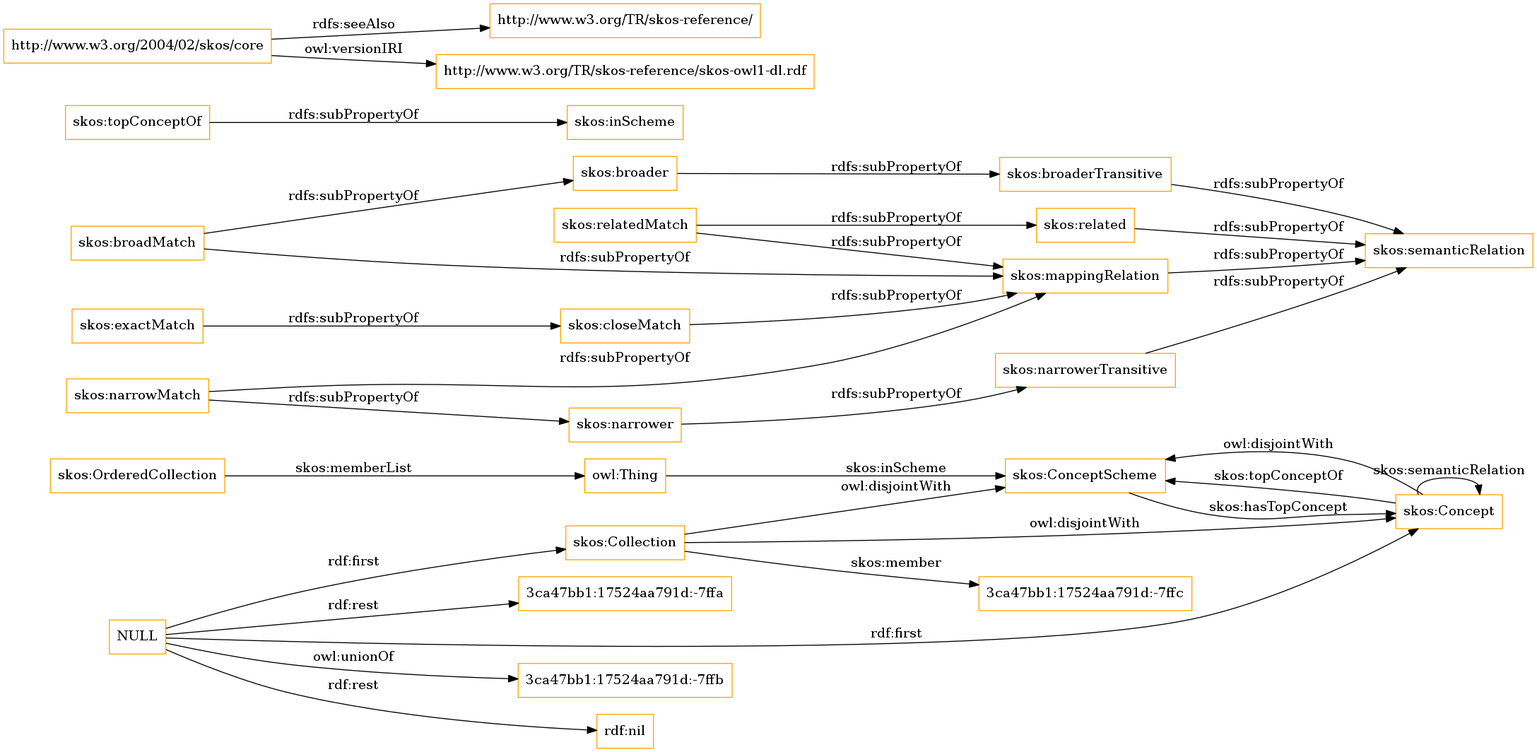
Above: OnToology/imports/skos.owl/diagrams/ar2dtool-class/skos.owl.png in OnToologyUser/core-ontology-1 (Graphviz), before the change. Its source is kept beside it as OnToology/imports/skos.owl/diagrams/ar2dtool-class/skos.owl.png.dot.
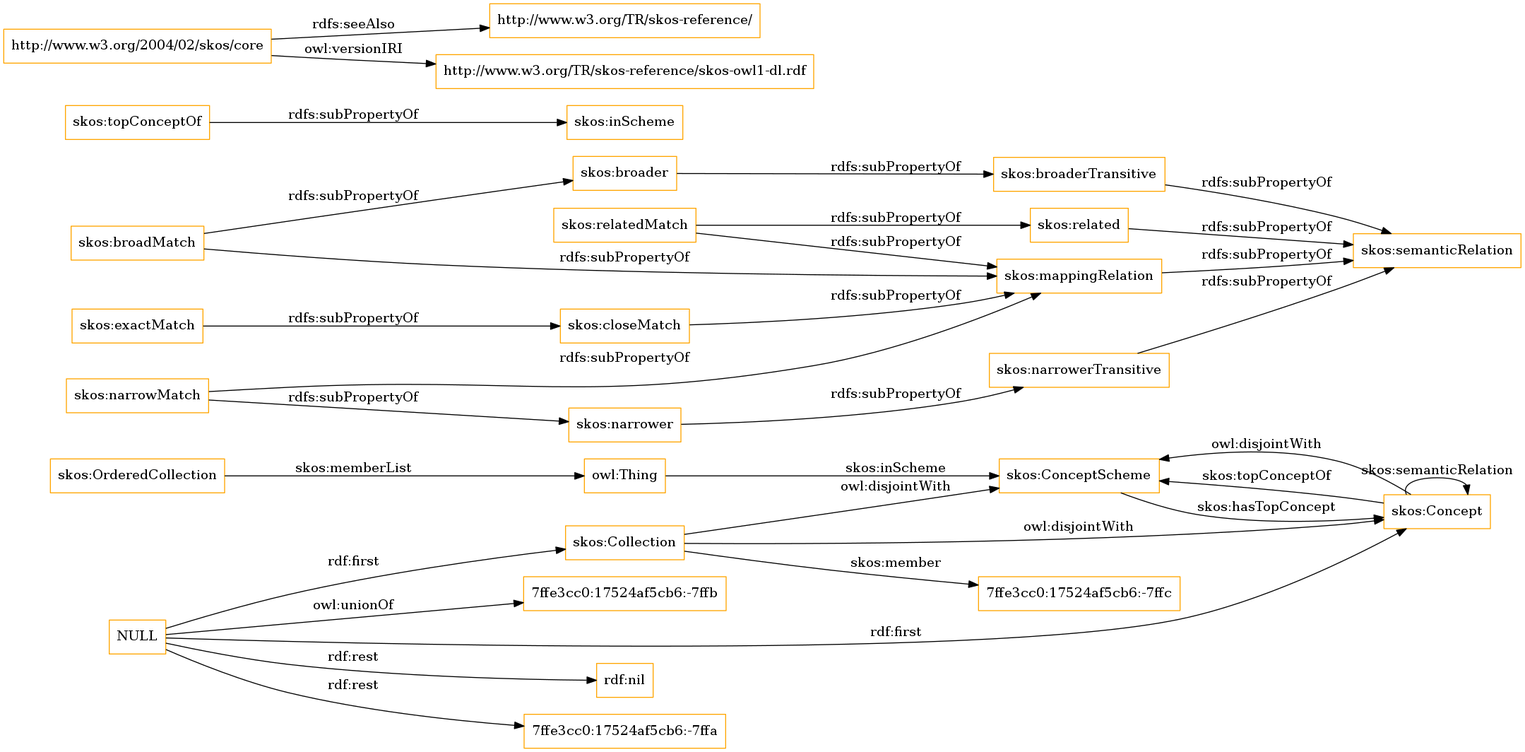
The same file after the commit.

Change to the diagram source:
```diff
@@ -1,13 +1,13 @@
 digraph ar2dtool_diagram {
 rankdir=LR;
 size="1501"
-node [shape = rectangle, color="orange"]; "skos:OrderedCollection" "skos:ConceptScheme" "skos:Concept" "skos:Collection" "3ca47bb1:17524aa791d:-7ffc" ; /*classes style*/
+node [shape = rectangle, color="orange"]; "skos:OrderedCollection" "skos:ConceptScheme" "skos:Concept" "skos:Collection" "7ffe3cc0:17524af5cb6:-7ffc" ; /*classes style*/
 	"skos:narrowerTransitive" -> "skos:semanticRelation" [ label = "rdfs:subPropertyOf" ];
-	"NULL" -> "3ca47bb1:17524aa791d:-7ffb" [ label = "owl:unionOf" ];
 	"NULL" -> "rdf:nil" [ label = "rdf:rest" ];
 	"NULL" -> "skos:Concept" [ label = "rdf:first" ];
-	"NULL" -> "3ca47bb1:17524aa791d:-7ffa" [ label = "rdf:rest" ];
+	"NULL" -> "7ffe3cc0:17524af5cb6:-7ffa" [ label = "rdf:rest" ];
 	"NULL" -> "skos:Collection" [ label = "rdf:first" ];
+	"NULL" -> "7ffe3cc0:17524af5cb6:-7ffb" [ label = "owl:unionOf" ];
 	"skos:closeMatch" -> "skos:mappingRelation" [ label = "rdfs:subPropertyOf" ];
 	"skos:Concept" -> "skos:ConceptScheme" [ label = "owl:disjointWith" ];
 	"skos:relatedMatch" -> "skos:related" [ label = "rdfs:subPropertyOf" ];
@@ -30,7 +30,7 @@
 	"skos:OrderedCollection" -> "owl:Thing" [ label = "skos:memberList" ];
 	"skos:Concept" -> "skos:ConceptScheme" [ label = "skos:topConceptOf" ];
 	"skos:Concept" -> "skos:Concept" [ label = "skos:semanticRelation" ];
-	"skos:Collection" -> "3ca47bb1:17524aa791d:-7ffc" [ label = "skos:member" ];
+	"skos:Collection" -> "7ffe3cc0:17524af5cb6:-7ffc" [ label = "skos:member" ];
 	"skos:ConceptScheme" -> "skos:Concept" [ label = "skos:hasTopConcept" ];
 	"owl:Thing" -> "skos:ConceptScheme" [ label = "skos:inScheme" ];
 
```
